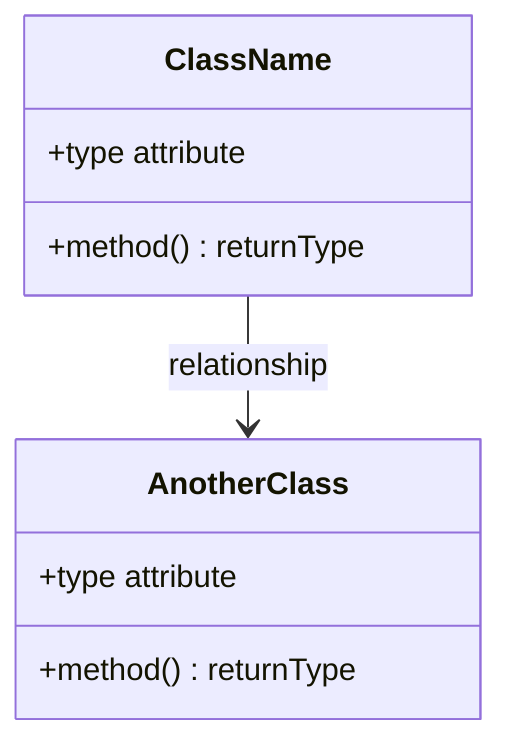
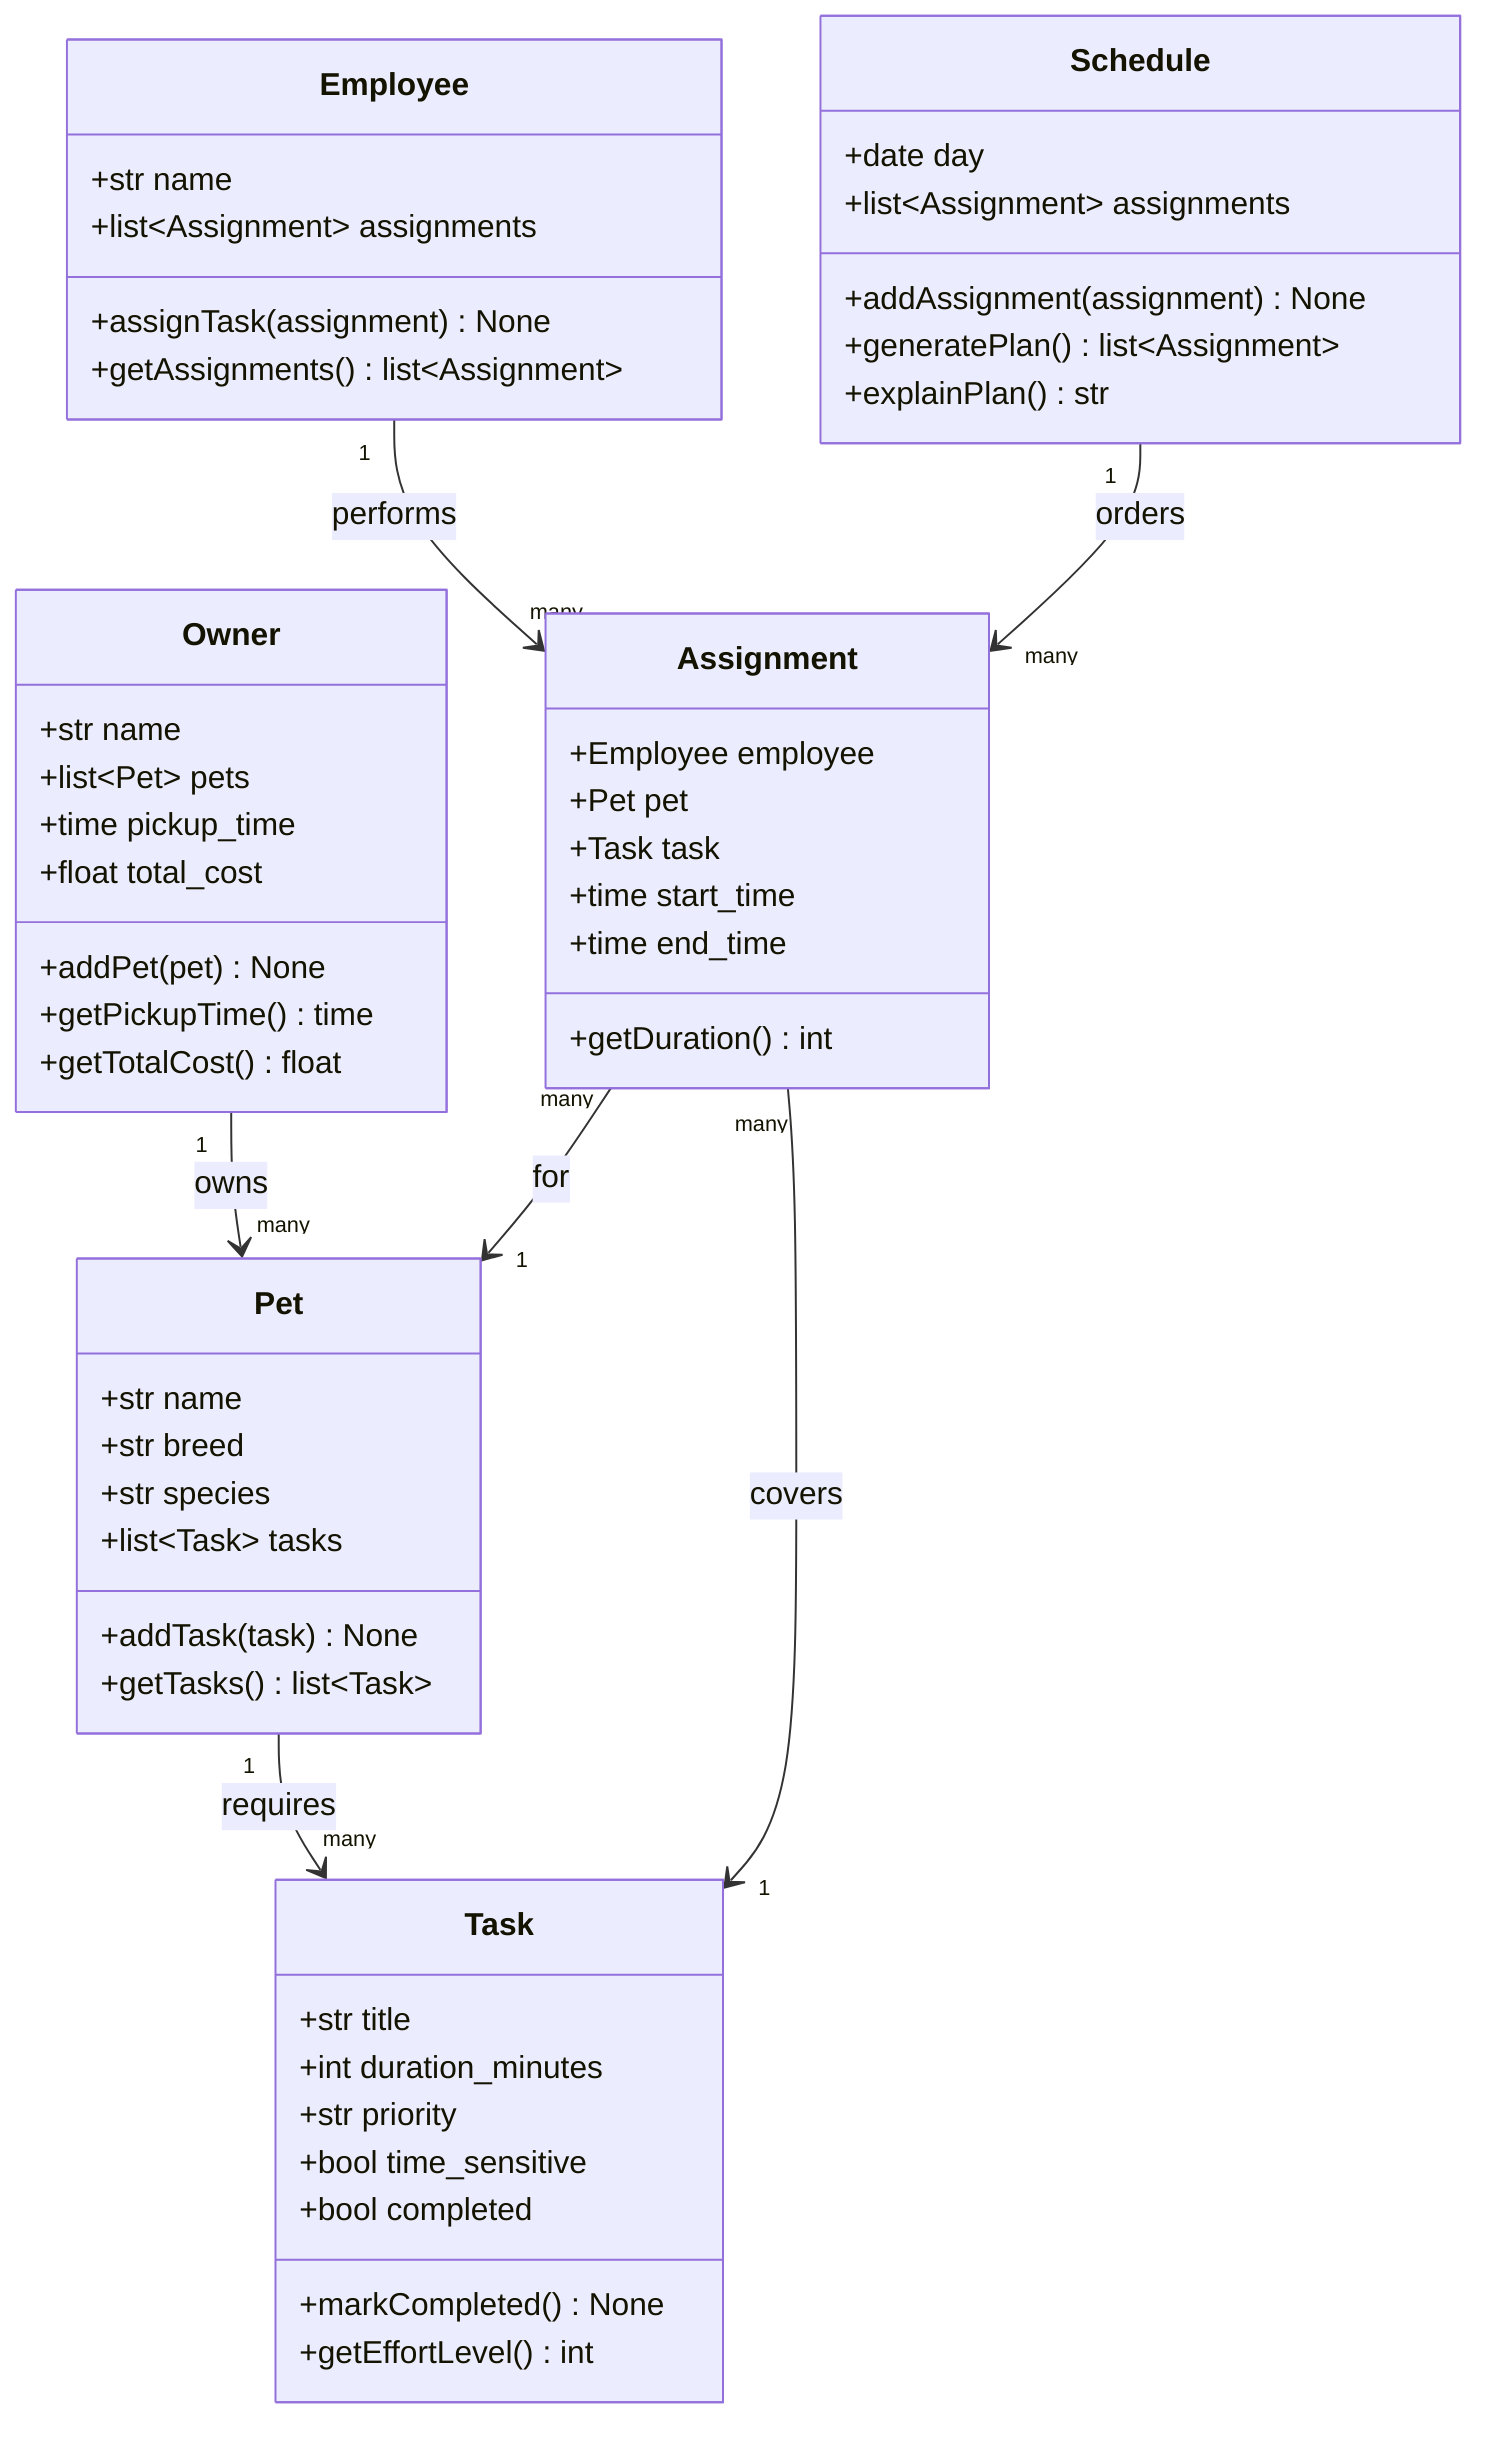
classDiagram
-     %% Replace the placeholders below with your actual classes, attributes, methods, and relationships.
-     %% Keep this file updated so it matches your final implementation.
+     %% Draft UML based on brainstormed attributes/methods from reflection.md
+     %% Update as implementation solidifies.

-     class ClassName {
-         +type attribute
-         +method() returnType
+     class Owner {
+         +str name
+         +list~Pet~ pets
+         +time pickup_time
+         +float total_cost
+         +addPet(pet) None
+         +getPickupTime() time
+         +getTotalCost() float
    }

-     class AnotherClass {
-         +type attribute
-         +method() returnType
+     class Pet {
+         +str name
+         +str breed
+         +str species
+         +list~Task~ tasks
+         +addTask(task) None
+         +getTasks() list~Task~
    }

-     ClassName --> AnotherClass : relationship
+     class Task {
+         +str title
+         +int duration_minutes
+         +str priority
+         +bool time_sensitive
+         +bool completed
+         +markCompleted() None
+         +getEffortLevel() int
+     }
+ 
+     class Employee {
+         +str name
+         +list~Assignment~ assignments
+         +assignTask(assignment) None
+         +getAssignments() list~Assignment~
+     }
+ 
+     class Assignment {
+         +Employee employee
+         +Pet pet
+         +Task task
+         +time start_time
+         +time end_time
+         +getDuration() int
+     }
+ 
+     class Schedule {
+         +date day
+         +list~Assignment~ assignments
+         +addAssignment(assignment) None
+         +generatePlan() list~Assignment~
+         +explainPlan() str
+     }
+ 
+     Owner "1" --> "many" Pet : owns
+     Pet "1" --> "many" Task : requires
+     Employee "1" --> "many" Assignment : performs
+     Assignment "many" --> "1" Pet : for
+     Assignment "many" --> "1" Task : covers
+     Schedule "1" --> "many" Assignment : orders
